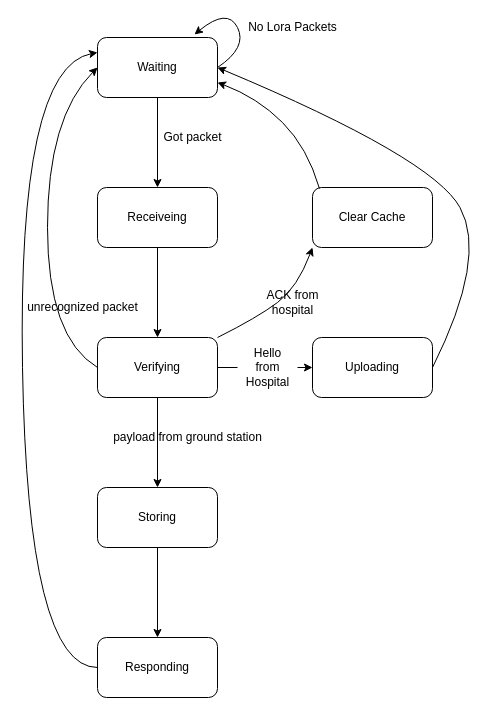
This is documentation/Diagrams/Drone States.drawio from nkendler/esp32-lora-drone-delivery, a draw.io file, before an edit. Source tidied: cells renumbered, new cells numbered last; positions are measured from the earlier drawing's top-left corner, leaving out a move shared by most shapes. Both pictures are drawn from the tidied source at 100%, with x=0, y=0 at pixel (17, 7).
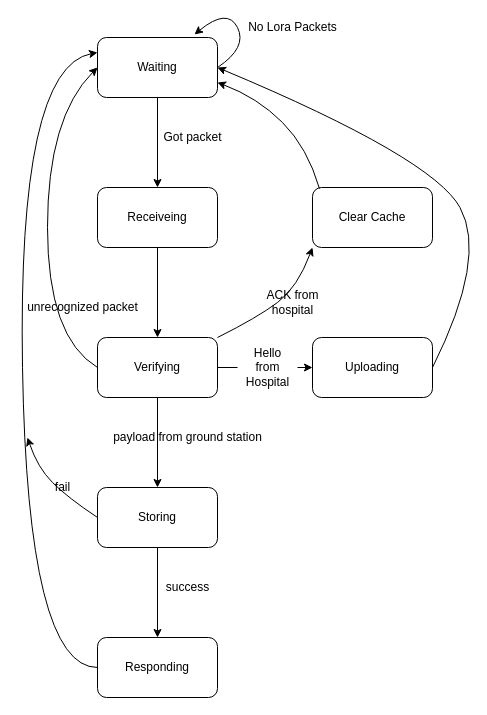
After the change.

Commit message (it also covers changes not shown here):
- do state machine for drone station

The edit, as a diff of the source:
```diff
@@
+    <mxCell id="27" value="success" style="text;html=1;align=center;verticalAlign=middle;strokeColor=none;fillColor=none;" parent="1" vertex="1">
+      <mxGeometry x="140" y="570" width="60" height="20" as="geometry" />
+    </mxCell>
+    <mxCell id="28" style="curved=1;endArrow=classic;html=1;" parent="1" edge="1">
+      <mxGeometry relative="1" as="geometry">
+        <mxPoint x="80" y="510" as="sourcePoint" />
+        <mxPoint x="10" y="430" as="targetPoint" />
+        <Array as="points">
+          <mxPoint x="50" y="490" />
+          <mxPoint x="20" y="460" />
+        </Array>
+      </mxGeometry>
+    </mxCell>
+    <mxCell id="29" value="fail" style="text;html=1;align=center;verticalAlign=middle;strokeColor=none;fillColor=none;" parent="1" vertex="1">
+      <mxGeometry x="30" y="470" width="30" height="20" as="geometry" />
+    </mxCell>
```
